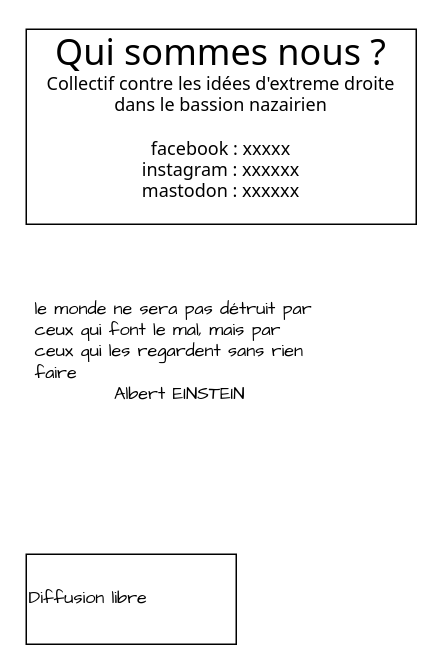
Before: drawio/QuiSommesNous.drawio in bernard44600/cedbn, a draw.io diagram. Source tidied: cells renumbered, new cells numbered last; positions are measured from the earlier drawing's top-left corner, leaving out a move shared by most shapes. Both pictures are drawn from the tidied source at 150%, with x=0, y=0 at pixel (26, 28).
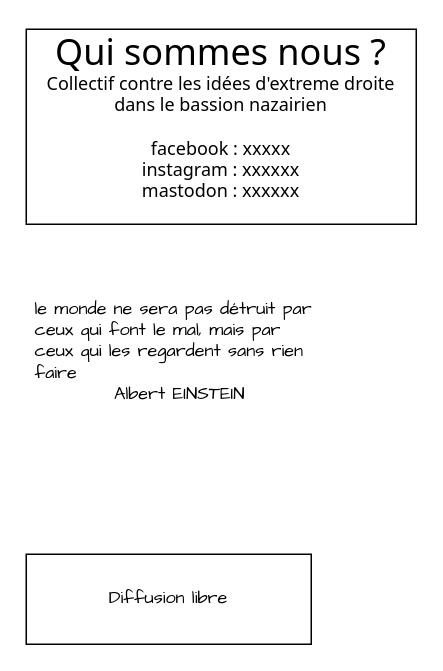
Above is the later version.

What changed in the source:
```diff
@@
 <mxGraphModel>
   <root>
     <mxCell id="0" />
     <mxCell id="1" parent="0" />
     <mxCell id="2" value="&lt;font style=&quot;font-size: 24px;&quot;&gt;Qui sommes nous ?&lt;/font&gt;&lt;br&gt;Collectif contre les idées d'extreme droite dans le bassion nazairien&lt;br&gt;&lt;br&gt;facebook : xxxxx&lt;br&gt;instagram : xxxxxx&lt;br&gt;mastodon : xxxxxx&lt;div&gt;&lt;br&gt;&lt;/div&gt;" style="rounded=0;whiteSpace=wrap;html=1;fontFamily=Tahoma;" parent="1" vertex="1">
       <mxGeometry width="260" height="130" as="geometry" />
     </mxCell>
-    <mxCell id="3" value="&lt;div&gt;Diffusion libre&lt;/div&gt;" style="rounded=0;whiteSpace=wrap;html=1;fontFamily=Architects Daughter;align=left;" parent="1" vertex="1">
-      <mxGeometry y="350" width="140" height="60" as="geometry" />
+    <mxCell id="3" value="&lt;div&gt;Diffusion libre&lt;/div&gt;" style="rounded=0;whiteSpace=wrap;html=1;fontFamily=Architects Daughter;align=center;fillColor=none;" parent="1" vertex="1">
+      <mxGeometry y="350" width="190" height="60" as="geometry" />
     </mxCell>
     <mxCell id="4" value="&lt;div align=&quot;left&quot;&gt;le monde ne sera pas détruit par ceux qui font le mal, mais par ceux qui les regardent sans rien faire&lt;br&gt;&lt;/div&gt;Albert EINSTEIN" style="rounded=0;whiteSpace=wrap;html=1;fontFamily=Architects Daughter;spacingLeft=5;strokeColor=none;fillColor=none;" parent="1" vertex="1">
       <mxGeometry y="170" width="200" height="90" as="geometry" />
     </mxCell>
   </root>
 </mxGraphModel>
```
